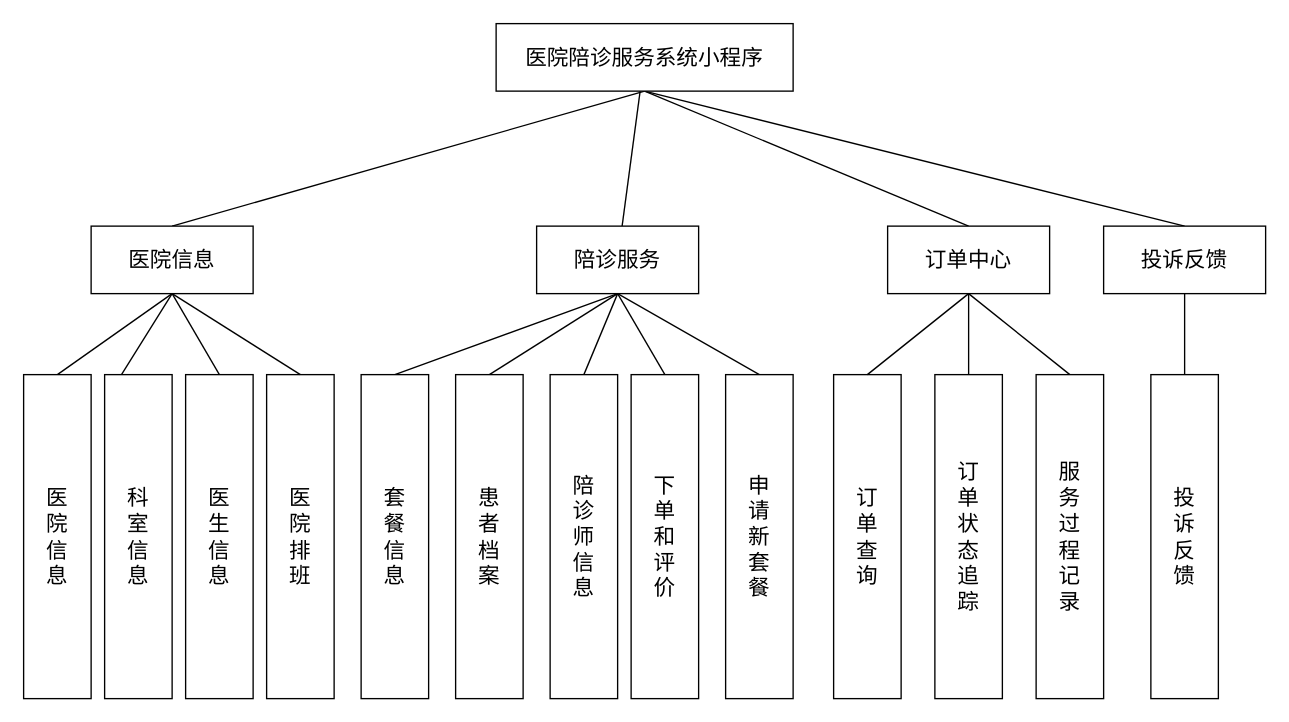
Above: page "用例图3" (2 of 4) of docs/我的文档/过程文档/THE FINAL POEM.drawio in Lumirelle/the-final-poem (draw.io), before the change. Source tidied: cells renumbered, new cells numbered last; positions are measured from the earlier drawing's top-left corner, leaving out a move shared by most shapes. Both pictures are drawn from the tidied source at 135%, with x=0, y=0 at pixel (23, 23).
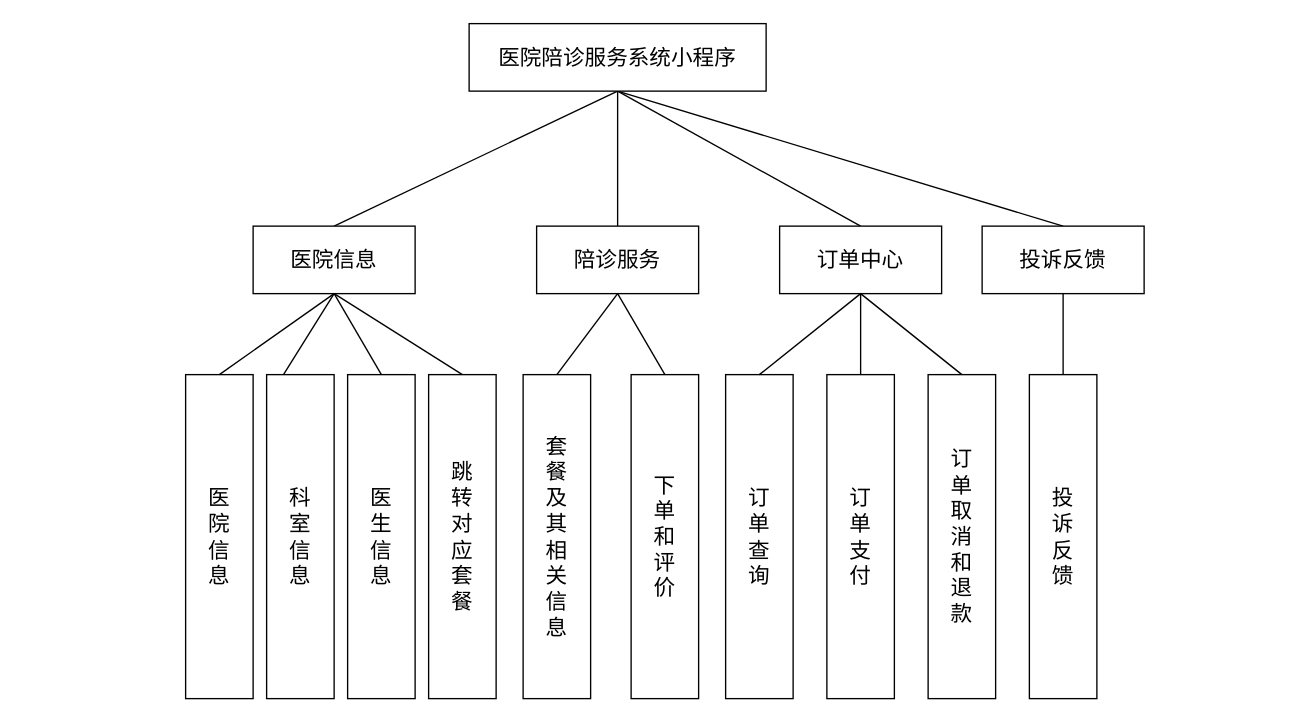
After the change.

Unchanged cells that the change refers to:
```xml
<mxCell id="34" value="&lt;span style=&quot;font-size: 16px;&quot;&gt;陪诊服务&lt;/span&gt;" style="rounded=0;whiteSpace=wrap;html=1;" parent="1" vertex="1">
  <mxGeometry x="380" y="150" width="120" height="50" as="geometry" />
</mxCell>
```

Change to the diagram source:
```diff
@@
     <mxCell id="8" value="&lt;span style=&quot;font-size: 16px;&quot;&gt;医院陪诊服务系统小程序&lt;/span&gt;" style="rounded=0;whiteSpace=wrap;html=1;" parent="1" vertex="1">
-      <mxGeometry x="350" width="220" height="50" as="geometry" />
+      <mxGeometry x="330" width="220" height="50" as="geometry" />
     </mxCell>
@@
-    <mxCell id="10" value="&lt;font size=&quot;3&quot;&gt;订&lt;/font&gt;&lt;div&gt;&lt;font size=&quot;3&quot;&gt;单&lt;/font&gt;&lt;/div&gt;&lt;div&gt;&lt;font size=&quot;3&quot;&gt;状&lt;/font&gt;&lt;/div&gt;&lt;div&gt;&lt;font size=&quot;3&quot;&gt;态&lt;/font&gt;&lt;/div&gt;&lt;div&gt;&lt;font size=&quot;3&quot;&gt;追&lt;/font&gt;&lt;/div&gt;&lt;div&gt;&lt;font size=&quot;3&quot;&gt;踪&lt;/font&gt;&lt;/div&gt;" style="rounded=0;whiteSpace=wrap;html=1;" parent="1" vertex="1">
-      <mxGeometry x="675" y="260" width="50" height="240" as="geometry" />
+    <mxCell id="10" value="&lt;font size=&quot;3&quot;&gt;订&lt;/font&gt;&lt;div&gt;&lt;font size=&quot;3&quot;&gt;单&lt;/font&gt;&lt;/div&gt;&lt;div&gt;&lt;font size=&quot;3&quot;&gt;支&lt;/font&gt;&lt;/div&gt;&lt;div&gt;&lt;font size=&quot;3&quot;&gt;付&lt;/font&gt;&lt;/div&gt;" style="rounded=0;whiteSpace=wrap;html=1;" parent="1" vertex="1">
+      <mxGeometry x="595" y="260" width="50" height="240" as="geometry" />
     </mxCell>
@@
-    <mxCell id="12" value="&lt;font size=&quot;3&quot;&gt;服&lt;/font&gt;&lt;div&gt;&lt;font size=&quot;3&quot;&gt;务&lt;/font&gt;&lt;/div&gt;&lt;div&gt;&lt;font size=&quot;3&quot;&gt;过&lt;/font&gt;&lt;/div&gt;&lt;div&gt;&lt;font size=&quot;3&quot;&gt;程&lt;/font&gt;&lt;/div&gt;&lt;div&gt;&lt;font size=&quot;3&quot;&gt;记&lt;/font&gt;&lt;/div&gt;&lt;div&gt;&lt;font size=&quot;3&quot;&gt;录&lt;/font&gt;&lt;/div&gt;" style="rounded=0;whiteSpace=wrap;html=1;" parent="1" vertex="1">
-      <mxGeometry x="750" y="260" width="50" height="240" as="geometry" />
+    <mxCell id="12" value="&lt;font size=&quot;3&quot;&gt;订&lt;/font&gt;&lt;div&gt;&lt;font size=&quot;3&quot;&gt;单&lt;/font&gt;&lt;/div&gt;&lt;div&gt;&lt;font size=&quot;3&quot;&gt;取&lt;/font&gt;&lt;/div&gt;&lt;div&gt;&lt;font size=&quot;3&quot;&gt;消&lt;/font&gt;&lt;/div&gt;&lt;div&gt;&lt;font size=&quot;3&quot;&gt;和&lt;/font&gt;&lt;/div&gt;&lt;div&gt;&lt;font size=&quot;3&quot;&gt;退&lt;/font&gt;&lt;/div&gt;&lt;div&gt;&lt;font size=&quot;3&quot;&gt;款&lt;/font&gt;&lt;/div&gt;" style="rounded=0;whiteSpace=wrap;html=1;" parent="1" vertex="1">
+      <mxGeometry x="670" y="260" width="50" height="240" as="geometry" />
     </mxCell>
     <mxCell id="13" value="&lt;font size=&quot;3&quot;&gt;科&lt;/font&gt;&lt;div&gt;&lt;font size=&quot;3&quot;&gt;室&lt;/font&gt;&lt;/div&gt;&lt;div&gt;&lt;font size=&quot;3&quot;&gt;信&lt;/font&gt;&lt;/div&gt;&lt;div&gt;&lt;font size=&quot;3&quot;&gt;息&lt;/font&gt;&lt;/div&gt;" style="rounded=0;whiteSpace=wrap;html=1;" parent="1" vertex="1">
-      <mxGeometry x="60" y="260" width="50" height="240" as="geometry" />
+      <mxGeometry x="180" y="260" width="50" height="240" as="geometry" />
     </mxCell>
     <mxCell id="14" value="&lt;font size=&quot;3&quot;&gt;医&lt;/font&gt;&lt;div&gt;&lt;font size=&quot;3&quot;&gt;院&lt;/font&gt;&lt;/div&gt;&lt;div&gt;&lt;font size=&quot;3&quot;&gt;信&lt;/font&gt;&lt;/div&gt;&lt;div&gt;&lt;font size=&quot;3&quot;&gt;息&lt;/font&gt;&lt;/div&gt;" style="rounded=0;whiteSpace=wrap;html=1;" parent="1" vertex="1">
-      <mxGeometry y="260" width="50" height="240" as="geometry" />
+      <mxGeometry x="120" y="260" width="50" height="240" as="geometry" />
     </mxCell>
     <mxCell id="15" value="&lt;font size=&quot;3&quot;&gt;订&lt;/font&gt;&lt;div&gt;&lt;font size=&quot;3&quot;&gt;单&lt;/font&gt;&lt;/div&gt;&lt;div&gt;&lt;font size=&quot;3&quot;&gt;查&lt;/font&gt;&lt;/div&gt;&lt;div&gt;&lt;font size=&quot;3&quot;&gt;询&lt;/font&gt;&lt;/div&gt;" style="rounded=0;whiteSpace=wrap;html=1;" parent="1" vertex="1">
-      <mxGeometry x="600" y="260" width="50" height="240" as="geometry" />
+      <mxGeometry x="520" y="260" width="50" height="240" as="geometry" />
     </mxCell>
@@
     <mxCell id="18" value="&lt;font style=&quot;font-size: 16px;&quot;&gt;投诉反馈&lt;/font&gt;" style="rounded=0;whiteSpace=wrap;html=1;" parent="1" vertex="1">
-      <mxGeometry x="800" y="150" width="120" height="50" as="geometry" />
+      <mxGeometry x="710" y="150" width="120" height="50" as="geometry" />
     </mxCell>
     <mxCell id="19" value="&lt;div&gt;&lt;font size=&quot;3&quot;&gt;医&lt;/font&gt;&lt;/div&gt;&lt;div&gt;&lt;font size=&quot;3&quot;&gt;生&lt;/font&gt;&lt;/div&gt;&lt;div&gt;&lt;font size=&quot;3&quot;&gt;信&lt;/font&gt;&lt;/div&gt;&lt;div&gt;&lt;font size=&quot;3&quot;&gt;息&lt;/font&gt;&lt;/div&gt;" style="rounded=0;whiteSpace=wrap;html=1;" parent="1" vertex="1">
-      <mxGeometry x="120" y="260" width="50" height="240" as="geometry" />
+      <mxGeometry x="240" y="260" width="50" height="240" as="geometry" />
     </mxCell>
-    <mxCell id="20" value="&lt;font size=&quot;3&quot;&gt;医&lt;/font&gt;&lt;div&gt;&lt;font size=&quot;3&quot;&gt;院&lt;/font&gt;&lt;/div&gt;&lt;div&gt;&lt;font size=&quot;3&quot;&gt;排&lt;/font&gt;&lt;/div&gt;&lt;div&gt;&lt;font size=&quot;3&quot;&gt;班&lt;/font&gt;&lt;/div&gt;" style="rounded=0;whiteSpace=wrap;html=1;" parent="1" vertex="1">
-      <mxGeometry x="180" y="260" width="50" height="240" as="geometry" />
+    <mxCell id="20" value="&lt;font size=&quot;3&quot;&gt;跳&lt;/font&gt;&lt;div&gt;&lt;font size=&quot;3&quot;&gt;转&lt;/font&gt;&lt;div&gt;&lt;font size=&quot;3&quot;&gt;对&lt;/font&gt;&lt;div&gt;&lt;font size=&quot;3&quot;&gt;应&lt;/font&gt;&lt;div&gt;&lt;font size=&quot;3&quot;&gt;套&lt;/font&gt;&lt;div&gt;&lt;font size=&quot;3&quot;&gt;餐&lt;/font&gt;&lt;/div&gt;&lt;/div&gt;&lt;/div&gt;&lt;/div&gt;&lt;/div&gt;" style="rounded=0;whiteSpace=wrap;html=1;" parent="1" vertex="1">
+      <mxGeometry x="300" y="260" width="50" height="240" as="geometry" />
     </mxCell>
@@
     <mxCell id="23" value="&lt;span style=&quot;font-size: 16px;&quot;&gt;医院信息&lt;/span&gt;" style="rounded=0;whiteSpace=wrap;html=1;" parent="1" vertex="1">
-      <mxGeometry x="50" y="150" width="120" height="50" as="geometry" />
+      <mxGeometry x="170" y="150" width="120" height="50" as="geometry" />
     </mxCell>
     <mxCell id="24" value="&lt;font size=&quot;3&quot;&gt;投&lt;/font&gt;&lt;div&gt;&lt;font size=&quot;3&quot;&gt;诉&lt;/font&gt;&lt;br&gt;&lt;div&gt;&lt;font size=&quot;3&quot;&gt;反&lt;/font&gt;&lt;/div&gt;&lt;div&gt;&lt;font size=&quot;3&quot;&gt;馈&lt;/font&gt;&lt;/div&gt;&lt;/div&gt;" style="rounded=0;whiteSpace=wrap;html=1;" parent="1" vertex="1">
-      <mxGeometry x="835" y="260" width="50" height="240" as="geometry" />
+      <mxGeometry x="745" y="260" width="50" height="240" as="geometry" />
     </mxCell>
     <mxCell id="25" value="&lt;font style=&quot;font-size: 16px;&quot;&gt;订单中心&lt;/font&gt;" style="rounded=0;whiteSpace=wrap;html=1;" parent="1" vertex="1">
-      <mxGeometry x="640" y="150" width="120" height="50" as="geometry" />
+      <mxGeometry x="560" y="150" width="120" height="50" as="geometry" />
     </mxCell>
@@
-    <mxCell id="27" style="edgeStyle=none;shape=connector;rounded=0;jettySize=auto;html=1;exitX=0.5;exitY=1;exitDx=0;exitDy=0;entryX=0.5;entryY=0;entryDx=0;entryDy=0;strokeColor=default;align=center;verticalAlign=middle;fontFamily=Helvetica;fontSize=11;fontColor=default;labelBackgroundColor=default;startFill=0;endArrow=none;" parent="1" edge="1" source="34" target="28">
-      <mxGeometry relative="1" as="geometry" />
-    </mxCell>
-    <mxCell id="28" value="&lt;font size=&quot;3&quot;&gt;陪&lt;/font&gt;&lt;div&gt;&lt;font size=&quot;3&quot;&gt;诊&lt;/font&gt;&lt;/div&gt;&lt;div&gt;&lt;font size=&quot;3&quot;&gt;师&lt;/font&gt;&lt;/div&gt;&lt;div&gt;&lt;font size=&quot;3&quot;&gt;信&lt;/font&gt;&lt;/div&gt;&lt;div&gt;&lt;font size=&quot;3&quot;&gt;息&lt;/font&gt;&lt;/div&gt;" style="rounded=0;whiteSpace=wrap;html=1;" parent="1" vertex="1">
-      <mxGeometry x="390" y="260" width="50" height="240" as="geometry" />
-    </mxCell>
-    <mxCell id="29" value="&lt;font size=&quot;3&quot;&gt;套&lt;/font&gt;&lt;div&gt;&lt;font size=&quot;3&quot;&gt;餐&lt;/font&gt;&lt;/div&gt;&lt;div&gt;&lt;font size=&quot;3&quot;&gt;信&lt;/font&gt;&lt;/div&gt;&lt;div&gt;&lt;font size=&quot;3&quot;&gt;息&lt;/font&gt;&lt;/div&gt;" style="rounded=0;whiteSpace=wrap;html=1;" parent="1" vertex="1">
-      <mxGeometry x="250" y="260" width="50" height="240" as="geometry" />
+    <mxCell id="29" value="&lt;font size=&quot;3&quot;&gt;套&lt;/font&gt;&lt;div&gt;&lt;font size=&quot;3&quot;&gt;餐&lt;/font&gt;&lt;/div&gt;&lt;div&gt;&lt;font size=&quot;3&quot;&gt;及&lt;/font&gt;&lt;/div&gt;&lt;div&gt;&lt;font size=&quot;3&quot;&gt;其&lt;/font&gt;&lt;/div&gt;&lt;div&gt;&lt;font size=&quot;3&quot;&gt;相&lt;/font&gt;&lt;/div&gt;&lt;div&gt;&lt;font size=&quot;3&quot;&gt;关&lt;/font&gt;&lt;/div&gt;&lt;div&gt;&lt;font size=&quot;3&quot;&gt;信&lt;/font&gt;&lt;/div&gt;&lt;div&gt;&lt;font size=&quot;3&quot;&gt;息&lt;/font&gt;&lt;/div&gt;" style="rounded=0;whiteSpace=wrap;html=1;" parent="1" vertex="1">
+      <mxGeometry x="370" y="260" width="50" height="240" as="geometry" />
     </mxCell>
@@
-    <mxCell id="32" style="rounded=0;jettySize=auto;html=1;entryX=0.5;entryY=0;entryDx=0;entryDy=0;endArrow=none;startFill=0;exitX=0.5;exitY=1;exitDx=0;exitDy=0;" parent="1" edge="1" source="34" target="35">
-      <mxGeometry relative="1" as="geometry" />
-    </mxCell>
-    <mxCell id="33" style="edgeStyle=none;shape=connector;rounded=0;jettySize=auto;html=1;exitX=0.5;exitY=1;exitDx=0;exitDy=0;entryX=0.5;entryY=0;entryDx=0;entryDy=0;strokeColor=default;align=center;verticalAlign=middle;fontFamily=Helvetica;fontSize=11;fontColor=default;labelBackgroundColor=default;startFill=0;endArrow=none;" parent="1" edge="1" source="34" target="36">
-      <mxGeometry relative="1" as="geometry" />
-    </mxCell>
@@
-    <mxCell id="35" value="&lt;div&gt;&lt;font size=&quot;3&quot;&gt;申&lt;/font&gt;&lt;/div&gt;&lt;div&gt;&lt;font size=&quot;3&quot;&gt;请&lt;/font&gt;&lt;/div&gt;&lt;div&gt;&lt;font size=&quot;3&quot;&gt;新&lt;/font&gt;&lt;/div&gt;&lt;div&gt;&lt;font size=&quot;3&quot;&gt;套&lt;/font&gt;&lt;/div&gt;&lt;div&gt;&lt;font size=&quot;3&quot;&gt;餐&lt;/font&gt;&lt;/div&gt;" style="rounded=0;whiteSpace=wrap;html=1;" parent="1" vertex="1">
-      <mxGeometry x="520" y="260" width="50" height="240" as="geometry" />
-    </mxCell>
-    <mxCell id="36" value="&lt;font size=&quot;3&quot;&gt;患&lt;/font&gt;&lt;div&gt;&lt;font size=&quot;3&quot;&gt;者&lt;/font&gt;&lt;/div&gt;&lt;div&gt;&lt;font size=&quot;3&quot;&gt;档&lt;/font&gt;&lt;/div&gt;&lt;div&gt;&lt;font size=&quot;3&quot;&gt;案&lt;/font&gt;&lt;/div&gt;" style="rounded=0;whiteSpace=wrap;html=1;" parent="1" vertex="1">
-      <mxGeometry x="320" y="260" width="50" height="240" as="geometry" />
-    </mxCell>
```
